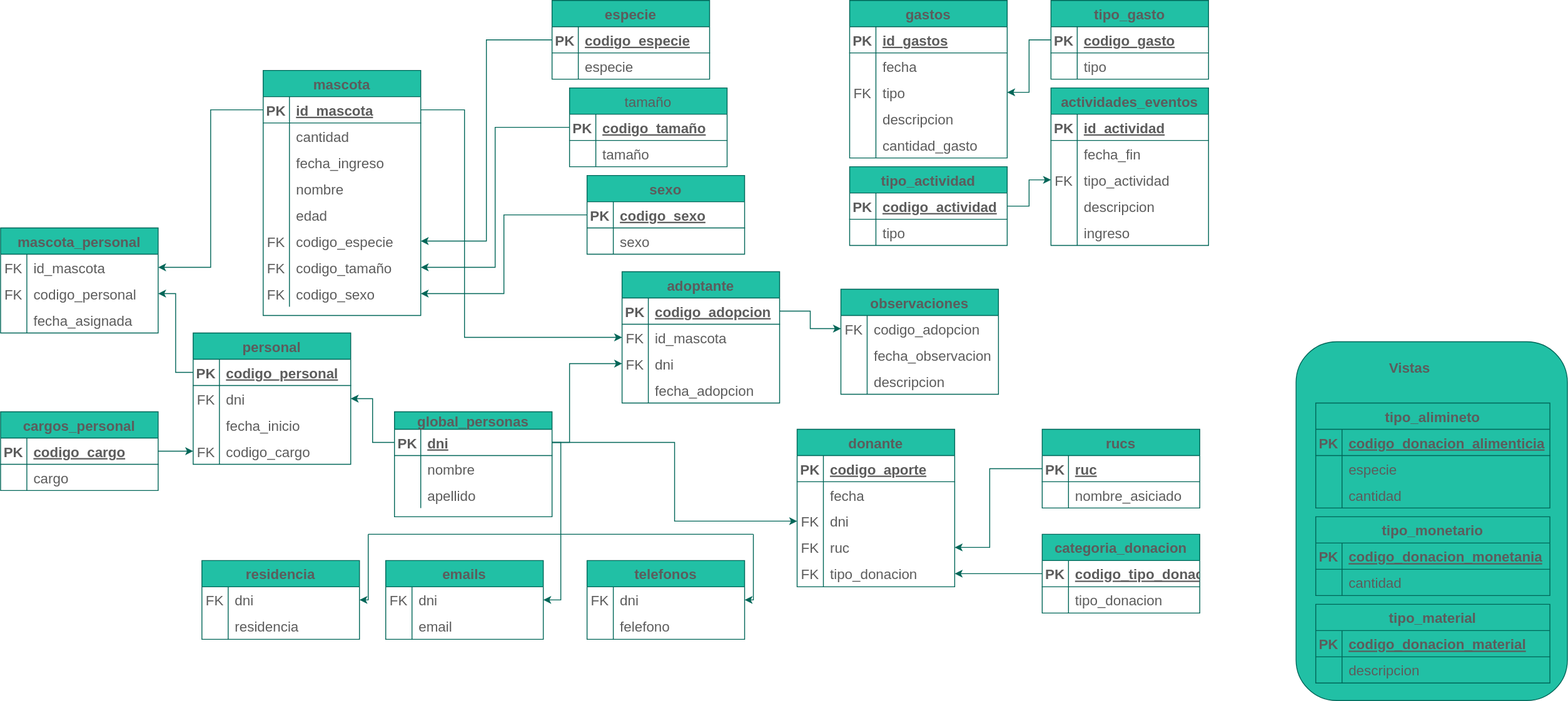
The draw.io diagram diagramas/tablas/Untitled Diagram.drawio.svg in Leo-Spj/SQL-CoderHouse, before a commit. Source tidied: cells renumbered, new cells last; positions are measured from the earlier drawing's top-left corner, leaving out a move shared by most shapes.
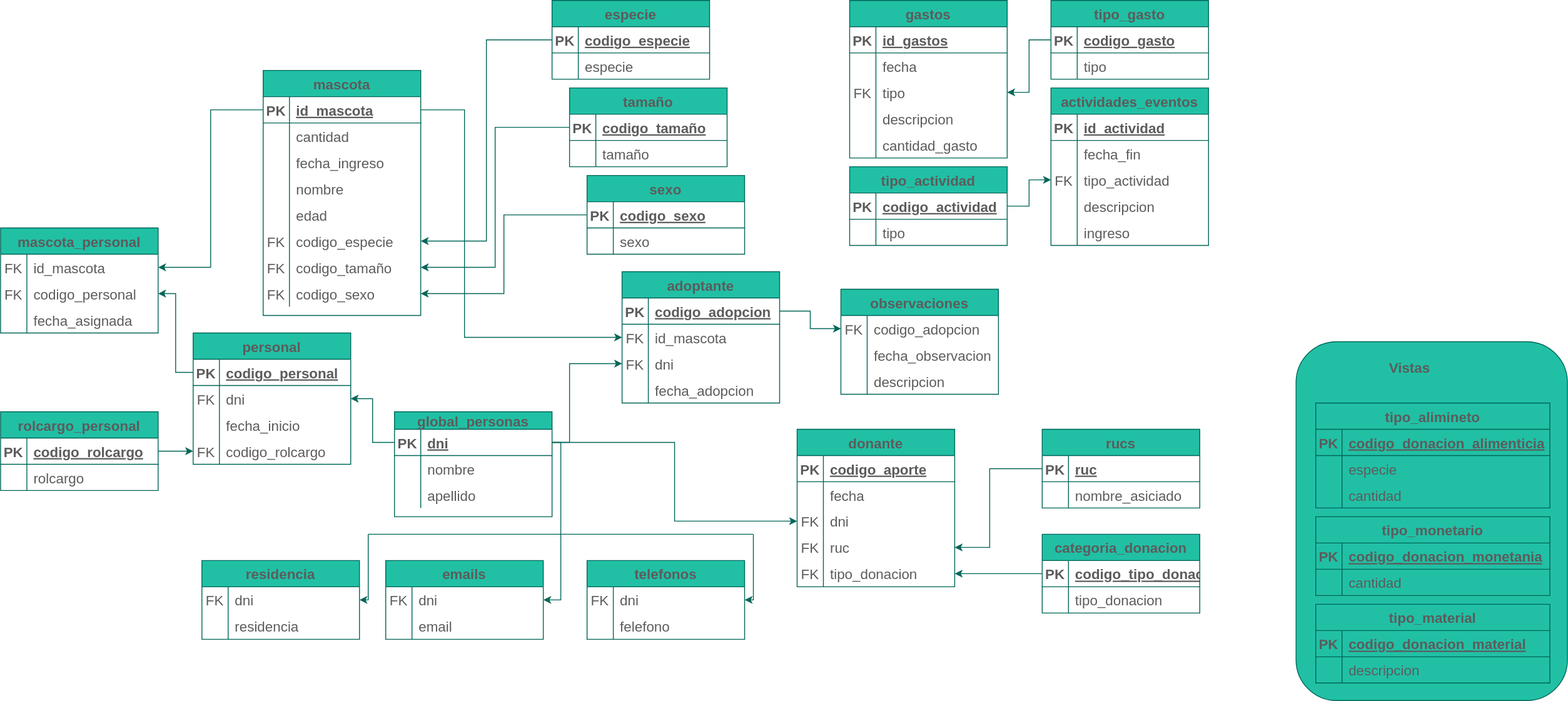
The same file after the commit.

Change to the diagram source:
```diff
@@ -98,7 +98,7 @@
     <mxCell id="33" value="especie" style="shape=partialRectangle;fillColor=none;top=0;left=0;bottom=0;right=0;align=left;spacingLeft=6;overflow=hidden;fontSize=16;strokeColor=#006658;fontColor=#5C5C5C;" parent="31" vertex="1">
       <mxGeometry x="30" width="150" height="30" as="geometry" />
     </mxCell>
-    <mxCell id="34" value="tamaño" style="shape=table;startSize=30;rowLines=0;fontStyle=0;align=center;fontSize=16;fillColor=#21C0A5;strokeColor=#006658;fontColor=#5C5C5C;" parent="1" vertex="1">
+    <mxCell id="34" value="tamaño" style="shape=table;startSize=30;rowLines=0;fontStyle=1;align=center;fontSize=16;fillColor=#21C0A5;strokeColor=#006658;fontColor=#5C5C5C;" parent="1" vertex="1">
       <mxGeometry x="650" y="100" width="180" height="90" as="geometry" />
     </mxCell>
     <mxCell id="35" style="shape=tableRow;horizontal=0;startSize=0;swimlaneHead=0;swimlaneBody=0;fillColor=none;points=[[0,0.5],[1,0.5]];portConstraint=eastwest;top=0;left=0;right=0;bottom=1;fontSize=16;strokeColor=#006658;fontColor=#5C5C5C;" parent="34" vertex="1">
@@ -269,10 +269,10 @@
     <mxCell id="90" value="FK" style="shape=partialRectangle;fillColor=none;top=0;left=0;bottom=0;right=0;overflow=hidden;fontSize=16;strokeColor=#006658;fontColor=#5C5C5C;" parent="89" vertex="1">
       <mxGeometry width="30" height="30" as="geometry" />
     </mxCell>
-    <mxCell id="91" value="codigo_cargo" style="shape=partialRectangle;fillColor=none;top=0;left=0;bottom=0;right=0;align=left;spacingLeft=6;overflow=hidden;fontSize=16;strokeColor=#006658;fontColor=#5C5C5C;" parent="89" vertex="1">
+    <mxCell id="91" value="codigo_rolcargo" style="shape=partialRectangle;fillColor=none;top=0;left=0;bottom=0;right=0;align=left;spacingLeft=6;overflow=hidden;fontSize=16;strokeColor=#006658;fontColor=#5C5C5C;" parent="89" vertex="1">
       <mxGeometry x="30" width="150" height="30" as="geometry" />
     </mxCell>
-    <mxCell id="92" value="cargos_personal" style="shape=table;startSize=30;rowLines=0;fontStyle=1;align=center;fontSize=16;fillColor=#21C0A5;strokeColor=#006658;fontColor=#5C5C5C;" parent="1" vertex="1">
+    <mxCell id="92" value="rolcargo_personal" style="shape=table;startSize=30;rowLines=0;fontStyle=1;align=center;fontSize=16;fillColor=#21C0A5;strokeColor=#006658;fontColor=#5C5C5C;" parent="1" vertex="1">
       <mxGeometry y="470" width="180" height="90" as="geometry" />
     </mxCell>
     <mxCell id="93" style="shape=tableRow;horizontal=0;startSize=0;swimlaneHead=0;swimlaneBody=0;fillColor=none;points=[[0,0.5],[1,0.5]];portConstraint=eastwest;top=0;left=0;right=0;bottom=1;fontSize=16;strokeColor=#006658;fontColor=#5C5C5C;" parent="92" vertex="1">
@@ -281,7 +281,7 @@
     <mxCell id="94" value="PK" style="shape=partialRectangle;fillColor=none;top=0;left=0;bottom=0;right=0;fontStyle=1;overflow=hidden;fontSize=16;strokeColor=#006658;fontColor=#5C5C5C;" parent="93" vertex="1">
       <mxGeometry width="30" height="30" as="geometry" />
     </mxCell>
-    <mxCell id="95" value="codigo_cargo" style="shape=partialRectangle;fillColor=none;top=0;left=0;bottom=0;right=0;align=left;spacingLeft=6;fontStyle=5;overflow=hidden;fontSize=16;strokeColor=#006658;fontColor=#5C5C5C;" parent="93" vertex="1">
+    <mxCell id="95" value="codigo_rolcargo" style="shape=partialRectangle;fillColor=none;top=0;left=0;bottom=0;right=0;align=left;spacingLeft=6;fontStyle=5;overflow=hidden;fontSize=16;strokeColor=#006658;fontColor=#5C5C5C;" parent="93" vertex="1">
       <mxGeometry x="30" width="150" height="30" as="geometry" />
     </mxCell>
     <mxCell id="96" style="shape=tableRow;horizontal=0;startSize=0;swimlaneHead=0;swimlaneBody=0;fillColor=none;top=0;left=0;right=0;bottom=0;fontSize=16;strokeColor=#006658;fontColor=#5C5C5C;" parent="92" vertex="1">
@@ -290,7 +290,7 @@
     <mxCell id="97" style="shape=partialRectangle;fillColor=none;top=0;left=0;bottom=0;right=0;overflow=hidden;fontSize=16;strokeColor=#006658;fontColor=#5C5C5C;" parent="96" vertex="1">
       <mxGeometry width="30" height="30" as="geometry" />
     </mxCell>
-    <mxCell id="98" value="cargo" style="shape=partialRectangle;fillColor=none;top=0;left=0;bottom=0;right=0;align=left;spacingLeft=6;overflow=hidden;fontSize=16;strokeColor=#006658;fontColor=#5C5C5C;" parent="96" vertex="1">
+    <mxCell id="98" value="rolcargo" style="shape=partialRectangle;fillColor=none;top=0;left=0;bottom=0;right=0;align=left;spacingLeft=6;overflow=hidden;fontSize=16;strokeColor=#006658;fontColor=#5C5C5C;" parent="96" vertex="1">
       <mxGeometry x="30" width="150" height="30" as="geometry" />
     </mxCell>
     <mxCell id="99" style="edgeStyle=orthogonalEdgeStyle;rounded=0;jettySize=auto;html=1;elbow=vertical;fontSize=16;strokeColor=#006658;fontColor=#5C5C5C;" parent="1" edge="1" source="93" target="89">
```
